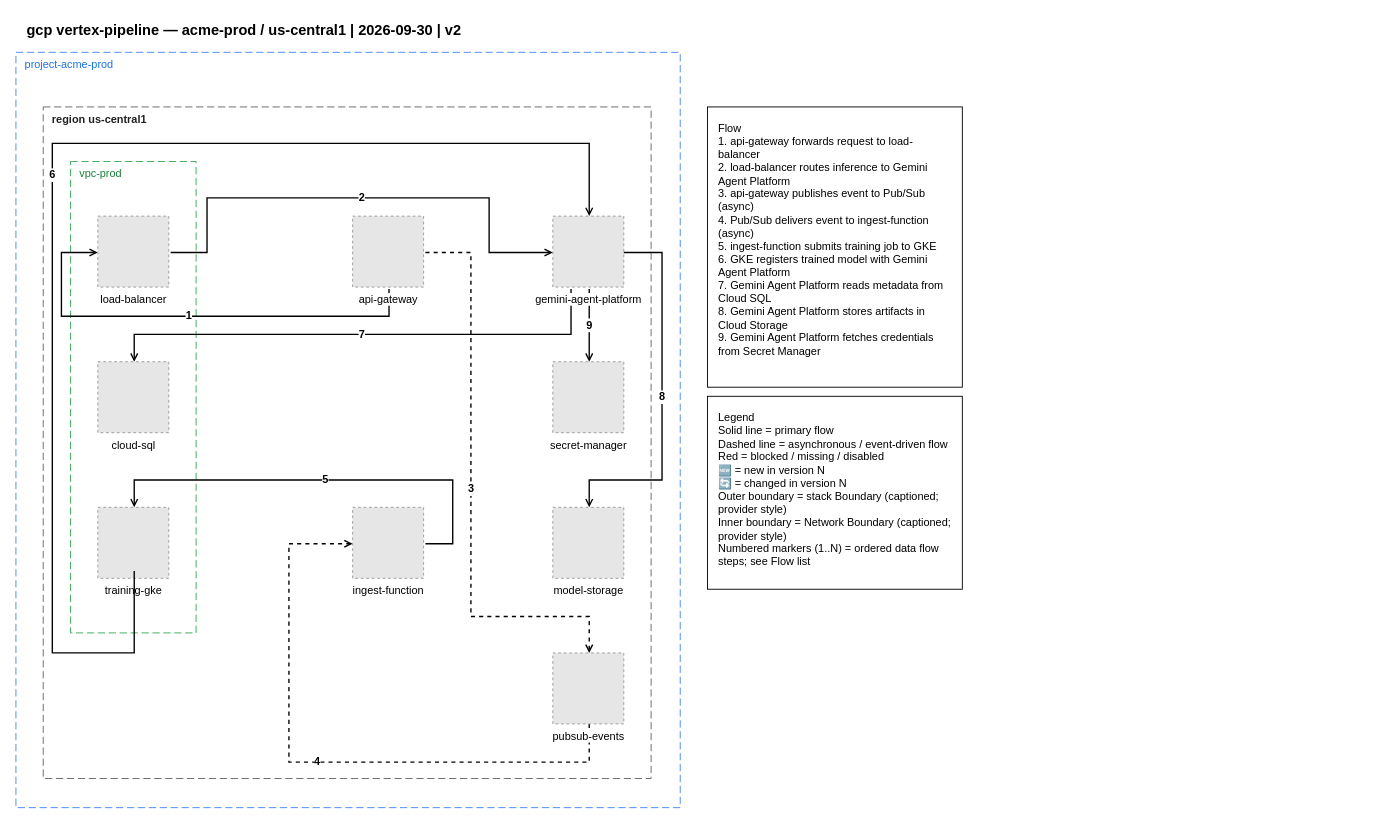
Above: examples/gcp/01-gcp-vertex-pipeline.drawio in totoshko88/Cloud_Architecture (draw.io), before the change. Source tidied: cells renumbered, new cells numbered last; positions are measured from the earlier drawing's top-left corner, leaving out a move shared by most shapes. Both pictures are drawn from the tidied source at 91%, with x=0, y=0 at pixel (15, 15). Pictures stored in the file or linked from it are replaced by grey dashed boxes.
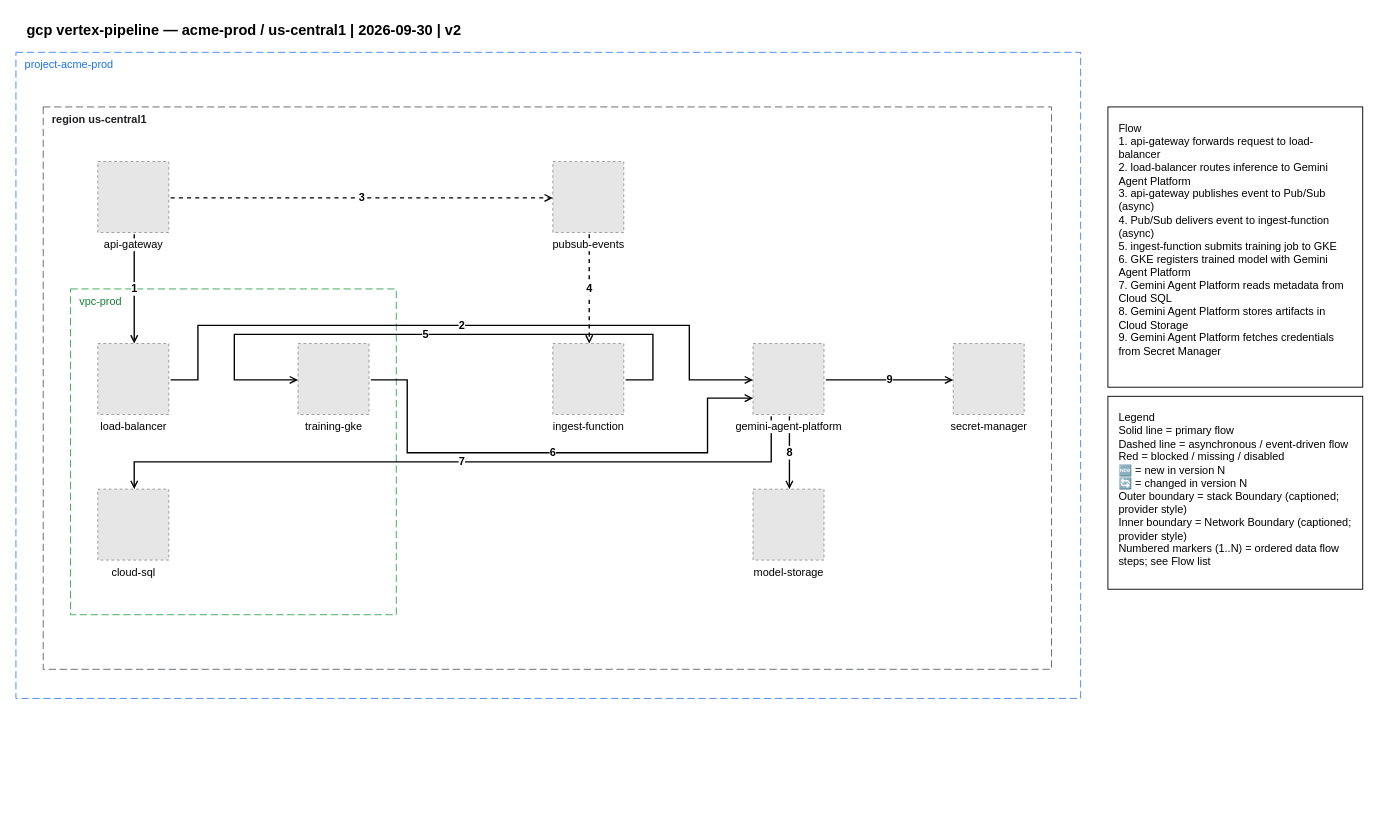
The same diagram, later.

Change to the diagram source:
```diff
@@
     <mxCell id="3" value="project-acme-prod" style="rounded=0;whiteSpace=wrap;html=1;dashed=1;dashPattern=8 4;strokeColor=#4285F4;fillColor=none;verticalAlign=top;align=left;spacingLeft=8;fontColor=#1A73E8;fontSize=12;" parent="1" vertex="1">
-      <mxGeometry y="40" width="730" height="830" as="geometry" />
+      <mxGeometry y="40" width="1170" height="710" as="geometry" />
     </mxCell>
     <mxCell id="4" value="region us-central1" style="rounded=0;whiteSpace=wrap;html=1;dashed=1;dashPattern=8 4;strokeColor=#5F6368;fillColor=none;verticalAlign=top;align=left;spacingLeft=8;fontColor=#202124;fontStyle=1;fontSize=12;" parent="1" vertex="1">
-      <mxGeometry x="30" y="100" width="668" height="738" as="geometry" />
+      <mxGeometry x="30" y="100" width="1108" height="618" as="geometry" />
     </mxCell>
     <mxCell id="5" value="vpc-prod" style="rounded=0;whiteSpace=wrap;html=1;dashed=1;dashPattern=8 4;strokeColor=#34A853;fillColor=none;verticalAlign=top;align=left;spacingLeft=8;fontColor=#188038;fontSize=12;" parent="1" vertex="1">
-      <mxGeometry x="60" y="160" width="138" height="518" as="geometry" />
+      <mxGeometry x="60" y="300" width="358" height="358" as="geometry" />
     </mxCell>
-    <mxCell id="6" value="1" style="edgeStyle=orthogonalEdgeStyle;rounded=0;html=1;endArrow=open;endFill=0;strokeWidth=1.5;exitX=0.5128205128205128;exitY=1.0256410256410255;exitDx=0;exitDy=0;exitPerimeter=0;entryX=0.0;entryY=0.5128205128205128;entryDx=0;entryDy=0;fontSize=12;fontStyle=1;" parent="1" edge="1" source="10" target="11">
-      <mxGeometry relative="1" as="geometry">
-        <Array as="points">
-          <mxPoint x="410" y="330" />
-          <mxPoint x="50" y="330" />
-          <mxPoint x="50" y="260" />
-        </Array>
-      </mxGeometry>
+    <mxCell id="6" value="1" style="edgeStyle=orthogonalEdgeStyle;rounded=0;html=1;endArrow=open;endFill=0;strokeWidth=1.5;exitX=0.5128205128205128;exitY=1.0256410256410255;exitDx=0;exitDy=0;exitPerimeter=0;entryX=0.5128205128205128;entryY=0.0;entryDx=0;entryDy=0;fontSize=12;fontStyle=1;" parent="1" edge="1" source="10" target="11">
+      <mxGeometry relative="1" as="geometry" />
     </mxCell>
-    <mxCell id="7" value="4" style="edgeStyle=orthogonalEdgeStyle;rounded=0;html=1;endArrow=open;endFill=0;strokeWidth=1.5;dashed=1;exitX=0.5128205128205128;exitY=1.0;exitDx=0;exitDy=0;exitPerimeter=0;entryX=0.0;entryY=0.5128205128205128;entryDx=0;entryDy=0;fontSize=12;fontStyle=1;" parent="1" edge="1" source="14" target="15">
-      <mxGeometry relative="1" as="geometry">
-        <Array as="points">
-          <mxPoint x="630" y="820" />
-          <mxPoint x="300" y="820" />
-          <mxPoint x="300" y="580" />
-        </Array>
-      </mxGeometry>
+    <mxCell id="7" value="4" style="edgeStyle=orthogonalEdgeStyle;rounded=0;html=1;endArrow=open;endFill=0;strokeWidth=1.5;dashed=1;exitX=0.5128205128205128;exitY=1.0256410256410255;exitDx=0;exitDy=0;exitPerimeter=0;entryX=0.5128205128205128;entryY=0.0;entryDx=0;entryDy=0;fontSize=12;fontStyle=1;" parent="1" edge="1" source="14" target="15">
+      <mxGeometry relative="1" as="geometry" />
     </mxCell>
     <mxCell id="8" value="7" style="edgeStyle=orthogonalEdgeStyle;rounded=0;html=1;endArrow=open;endFill=0;strokeWidth=1.5;exitX=0.2564102564102564;exitY=1.0256410256410255;exitDx=0;exitDy=0;exitPerimeter=0;entryX=0.5128205128205128;entryY=0.0;entryDx=0;entryDy=0;fontSize=12;fontStyle=1;" parent="1" edge="1" source="16" target="13">
       <mxGeometry relative="1" as="geometry">
         <Array as="points">
-          <mxPoint x="610" y="350" />
-          <mxPoint x="130" y="350" />
+          <mxPoint x="830" y="490" />
+          <mxPoint x="130" y="490" />
         </Array>
       </mxGeometry>
     </mxCell>
-    <mxCell id="9" value="9" style="edgeStyle=orthogonalEdgeStyle;rounded=0;html=1;endArrow=open;endFill=0;strokeWidth=1.5;exitX=0.5128205128205128;exitY=1.0256410256410255;exitDx=0;exitDy=0;exitPerimeter=0;entryX=0.5128205128205128;entryY=0.0;entryDx=0;entryDy=0;fontSize=12;fontStyle=1;" parent="1" edge="1" source="16" target="17">
-      <mxGeometry relative="1" as="geometry" />
-    </mxCell>
+    <mxCell id="23" value="8" style="edgeStyle=orthogonalEdgeStyle;rounded=0;html=1;endArrow=open;endFill=0;strokeWidth=1.5;exitX=0.5128205128205128;exitY=1.0256410256410255;exitDx=0;exitDy=0;exitPerimeter=0;entryX=0.5128205128205128;entryY=0.0;entryDx=0;entryDy=0;fontSize=12;fontStyle=1;" parent="1" edge="1" source="16" target="18">
+      <mxGeometry relative="1" as="geometry" />
+    </mxCell>
     <mxCell id="10" value="api-gateway" style="fillColor=#E6E6E6;strokeColor=#999999;dashed=1;verticalLabelPosition=bottom;verticalAlign=top;html=1;align=center;fontSize=12;labelBackgroundColor=#FFFFFF;" parent="1" vertex="1">
-      <mxGeometry x="370" y="220" width="78" height="78" as="geometry" />
+      <mxGeometry x="90" y="160" width="78" height="78" as="geometry" />
     </mxCell>
     <mxCell id="11" value="load-balancer" style="fillColor=#E6E6E6;strokeColor=#999999;dashed=1;verticalLabelPosition=bottom;verticalAlign=top;html=1;align=center;fontSize=12;labelBackgroundColor=#FFFFFF;" parent="1" vertex="1">
-      <mxGeometry x="90" y="220" width="78" height="78" as="geometry" />
+      <mxGeometry x="90" y="360" width="78" height="78" as="geometry" />
     </mxCell>
     <mxCell id="12" value="training-gke" style="fillColor=#E6E6E6;strokeColor=#999999;dashed=1;verticalLabelPosition=bottom;verticalAlign=top;html=1;align=center;fontSize=12;labelBackgroundColor=#FFFFFF;" parent="1" vertex="1">
-      <mxGeometry x="90" y="540" width="78" height="78" as="geometry" />
+      <mxGeometry x="310" y="360" width="78" height="78" as="geometry" />
     </mxCell>
     <mxCell id="13" value="cloud-sql" style="fillColor=#E6E6E6;strokeColor=#999999;dashed=1;verticalLabelPosition=bottom;verticalAlign=top;html=1;align=center;fontSize=12;labelBackgroundColor=#FFFFFF;" parent="1" vertex="1">
-      <mxGeometry x="90" y="380" width="78" height="78" as="geometry" />
+      <mxGeometry x="90" y="520" width="78" height="78" as="geometry" />
     </mxCell>
     <mxCell id="14" value="pubsub-events" style="fillColor=#E6E6E6;strokeColor=#999999;dashed=1;verticalLabelPosition=bottom;verticalAlign=top;html=1;align=center;fontSize=12;labelBackgroundColor=#FFFFFF;" parent="1" vertex="1">
-      <mxGeometry x="590" y="700" width="78" height="78" as="geometry" />
+      <mxGeometry x="590" y="160" width="78" height="78" as="geometry" />
     </mxCell>
     <mxCell id="15" value="ingest-function" style="fillColor=#E6E6E6;strokeColor=#999999;dashed=1;verticalLabelPosition=bottom;verticalAlign=top;html=1;align=center;fontSize=12;labelBackgroundColor=#FFFFFF;" parent="1" vertex="1">
-      <mxGeometry x="370" y="540" width="78" height="78" as="geometry" />
+      <mxGeometry x="590" y="360" width="78" height="78" as="geometry" />
     </mxCell>
     <mxCell id="16" value="gemini-agent-platform" style="fillColor=#E6E6E6;strokeColor=#999999;dashed=1;verticalLabelPosition=bottom;verticalAlign=top;html=1;align=center;fontSize=12;labelBackgroundColor=#FFFFFF;" parent="1" vertex="1">
-      <mxGeometry x="590" y="220" width="78" height="78" as="geometry" />
+      <mxGeometry x="810" y="360" width="78" height="78" as="geometry" />
     </mxCell>
     <mxCell id="17" value="secret-manager" style="fillColor=#E6E6E6;strokeColor=#999999;dashed=1;verticalLabelPosition=bottom;verticalAlign=top;html=1;align=center;fontSize=12;labelBackgroundColor=#FFFFFF;" parent="1" vertex="1">
-      <mxGeometry x="590" y="380" width="78" height="78" as="geometry" />
+      <mxGeometry x="1030" y="360" width="78" height="78" as="geometry" />
     </mxCell>
     <mxCell id="18" value="model-storage" style="fillColor=#E6E6E6;strokeColor=#999999;dashed=1;verticalLabelPosition=bottom;verticalAlign=top;html=1;align=center;fontSize=12;labelBackgroundColor=#FFFFFF;" parent="1" vertex="1">
-      <mxGeometry x="590" y="540" width="78" height="78" as="geometry" />
+      <mxGeometry x="810" y="520" width="78" height="78" as="geometry" />
     </mxCell>
     <mxCell id="19" value="2" style="edgeStyle=orthogonalEdgeStyle;rounded=0;html=1;endArrow=open;endFill=0;strokeWidth=1.5;exitX=1.0256410256410255;exitY=0.5128205128205128;exitDx=0;exitDy=0;exitPerimeter=0;entryX=0.0;entryY=0.5128205128205128;entryDx=0;entryDy=0;fontSize=12;fontStyle=1;" parent="1" edge="1" source="11" target="16">
       <mxGeometry relative="1" as="geometry">
         <Array as="points">
-          <mxPoint x="210" y="260" />
-          <mxPoint x="210" y="200" />
-          <mxPoint x="520" y="200" />
-          <mxPoint x="520" y="260" />
+          <mxPoint x="200" y="400" />
+          <mxPoint x="200" y="340" />
+          <mxPoint x="740" y="340" />
+          <mxPoint x="740" y="400" />
         </Array>
       </mxGeometry>
     </mxCell>
-    <mxCell id="20" value="3" style="edgeStyle=orthogonalEdgeStyle;rounded=0;html=1;endArrow=open;endFill=0;strokeWidth=1.5;dashed=1;exitX=1.0256410256410255;exitY=0.5128205128205128;exitDx=0;exitDy=0;exitPerimeter=0;entryX=0.5128205128205128;entryY=0.0;entryDx=0;entryDy=0;fontSize=12;fontStyle=1;" parent="1" edge="1" source="10" target="14">
-      <mxGeometry relative="1" as="geometry">
-        <Array as="points">
-          <mxPoint x="500" y="260" />
-          <mxPoint x="500" y="660" />
-          <mxPoint x="630" y="660" />
-        </Array>
-      </mxGeometry>
+    <mxCell id="20" value="3" style="edgeStyle=orthogonalEdgeStyle;rounded=0;html=1;endArrow=open;endFill=0;strokeWidth=1.5;dashed=1;exitX=1.0256410256410255;exitY=0.5128205128205128;exitDx=0;exitDy=0;exitPerimeter=0;entryX=0.0;entryY=0.5128205128205128;entryDx=0;entryDy=0;fontSize=12;fontStyle=1;" parent="1" edge="1" source="10" target="14">
+      <mxGeometry relative="1" as="geometry" />
     </mxCell>
-    <mxCell id="21" value="5" style="edgeStyle=orthogonalEdgeStyle;rounded=0;html=1;endArrow=open;endFill=0;strokeWidth=1.5;exitX=1.0256410256410255;exitY=0.5128205128205128;exitDx=0;exitDy=0;exitPerimeter=0;entryX=0.5128205128205128;entryY=0.0;entryDx=0;entryDy=0;fontSize=12;fontStyle=1;" parent="1" edge="1" source="15" target="12">
+    <mxCell id="21" value="5" style="edgeStyle=orthogonalEdgeStyle;rounded=0;html=1;endArrow=open;endFill=0;strokeWidth=1.5;exitX=1.0256410256410255;exitY=0.5128205128205128;exitDx=0;exitDy=0;exitPerimeter=0;entryX=0.0;entryY=0.5128205128205128;entryDx=0;entryDy=0;fontSize=12;fontStyle=1;" parent="1" edge="1" source="15" target="12">
       <mxGeometry relative="1" as="geometry">
         <Array as="points">
-          <mxPoint x="480" y="580" />
-          <mxPoint x="480" y="510" />
-          <mxPoint x="130" y="510" />
+          <mxPoint x="700" y="400" />
+          <mxPoint x="700" y="350" />
+          <mxPoint x="240" y="350" />
+          <mxPoint x="240" y="400" />
         </Array>
       </mxGeometry>
     </mxCell>
-    <mxCell id="22" value="6" style="edgeStyle=orthogonalEdgeStyle;rounded=0;html=1;endArrow=open;endFill=0;strokeWidth=1.5;exitX=0.5128205128205128;exitY=0.8974358974358975;exitDx=0;exitDy=0;exitPerimeter=0;entryX=0.5128205128205128;entryY=0.0;entryDx=0;entryDy=0;fontSize=12;fontStyle=1;" parent="1" edge="1" source="12" target="16">
+    <mxCell id="22" value="6" style="edgeStyle=orthogonalEdgeStyle;rounded=0;html=1;endArrow=open;endFill=0;strokeWidth=1.5;exitX=1.0256410256410255;exitY=0.5128205128205128;exitDx=0;exitDy=0;exitPerimeter=0;entryX=0.0;entryY=0.7692307692307693;entryDx=0;entryDy=0;fontSize=12;fontStyle=1;" parent="1" edge="1" source="12" target="16">
       <mxGeometry relative="1" as="geometry">
         <Array as="points">
-          <mxPoint x="130" y="700" />
-          <mxPoint x="40" y="700" />
-          <mxPoint x="40" y="140" />
-          <mxPoint x="630" y="140" />
+          <mxPoint x="430" y="400" />
+          <mxPoint x="430" y="480" />
+          <mxPoint x="760" y="480" />
+          <mxPoint x="760" y="420" />
         </Array>
       </mxGeometry>
     </mxCell>
-    <mxCell id="23" value="8" style="edgeStyle=orthogonalEdgeStyle;rounded=0;html=1;endArrow=open;endFill=0;strokeWidth=1.5;exitX=1.0;exitY=0.5128205128205128;exitDx=0;exitDy=0;exitPerimeter=0;entryX=0.5128205128205128;entryY=0.0;entryDx=0;entryDy=0;fontSize=12;fontStyle=1;" parent="1" edge="1" source="16" target="18">
-      <mxGeometry relative="1" as="geometry">
-        <Array as="points">
-          <mxPoint x="710" y="260" />
-          <mxPoint x="710" y="510" />
-          <mxPoint x="630" y="510" />
-        </Array>
-      </mxGeometry>
-    </mxCell>
+    <mxCell id="9" value="9" style="edgeStyle=orthogonalEdgeStyle;rounded=0;html=1;endArrow=open;endFill=0;strokeWidth=1.5;exitX=1.0256410256410255;exitY=0.5128205128205128;exitDx=0;exitDy=0;exitPerimeter=0;entryX=0.0;entryY=0.5128205128205128;entryDx=0;entryDy=0;fontSize=12;fontStyle=1;" parent="1" edge="1" source="16" target="17">
+      <mxGeometry relative="1" as="geometry" />
+    </mxCell>
     <mxCell id="24" value="Flow&#10;1. api-gateway forwards request to load-balancer&#10;2. load-balancer routes inference to Gemini Agent Platform&#10;3. api-gateway publishes event to Pub/Sub (async)&#10;4. Pub/Sub delivers event to ingest-function (async)&#10;5. ingest-function submits training job to GKE&#10;6. GKE registers trained model with Gemini Agent Platform&#10;7. Gemini Agent Platform reads metadata from Cloud SQL&#10;8. Gemini Agent Platform stores artifacts in Cloud Storage&#10;9. Gemini Agent Platform fetches credentials from Secret Manager" style="text;html=1;align=left;verticalAlign=top;fontSize=12;whiteSpace=wrap;strokeColor=#000000;fillColor=#FFFFFF;spacingLeft=10;spacingRight=10;spacingTop=10;spacingBottom=10;" parent="1" vertex="1">
-      <mxGeometry x="760" y="100" width="280" height="308" as="geometry" />
+      <mxGeometry x="1200" y="100" width="280" height="308" as="geometry" />
     </mxCell>
     <mxCell id="25" value="Legend&#10;Solid line = primary flow&#10;Dashed line = asynchronous / event-driven flow&#10;Red = blocked / missing / disabled&#10;🆕 = new in version N&#10;🔄 = changed in version N&#10;Outer boundary = stack Boundary (captioned; provider style)&#10;Inner boundary = Network Boundary (captioned; provider style)&#10;Numbered markers (1..N) = ordered data flow steps; see Flow list" style="text;html=1;align=left;verticalAlign=top;fontSize=12;whiteSpace=wrap;strokeColor=#000000;fillColor=#FFFFFF;spacingLeft=10;spacingRight=10;spacingTop=10;spacingBottom=10;" parent="1" vertex="1">
-      <mxGeometry x="760" y="418" width="280" height="212" as="geometry" />
+      <mxGeometry x="1200" y="418" width="280" height="212" as="geometry" />
     </mxCell>
```
